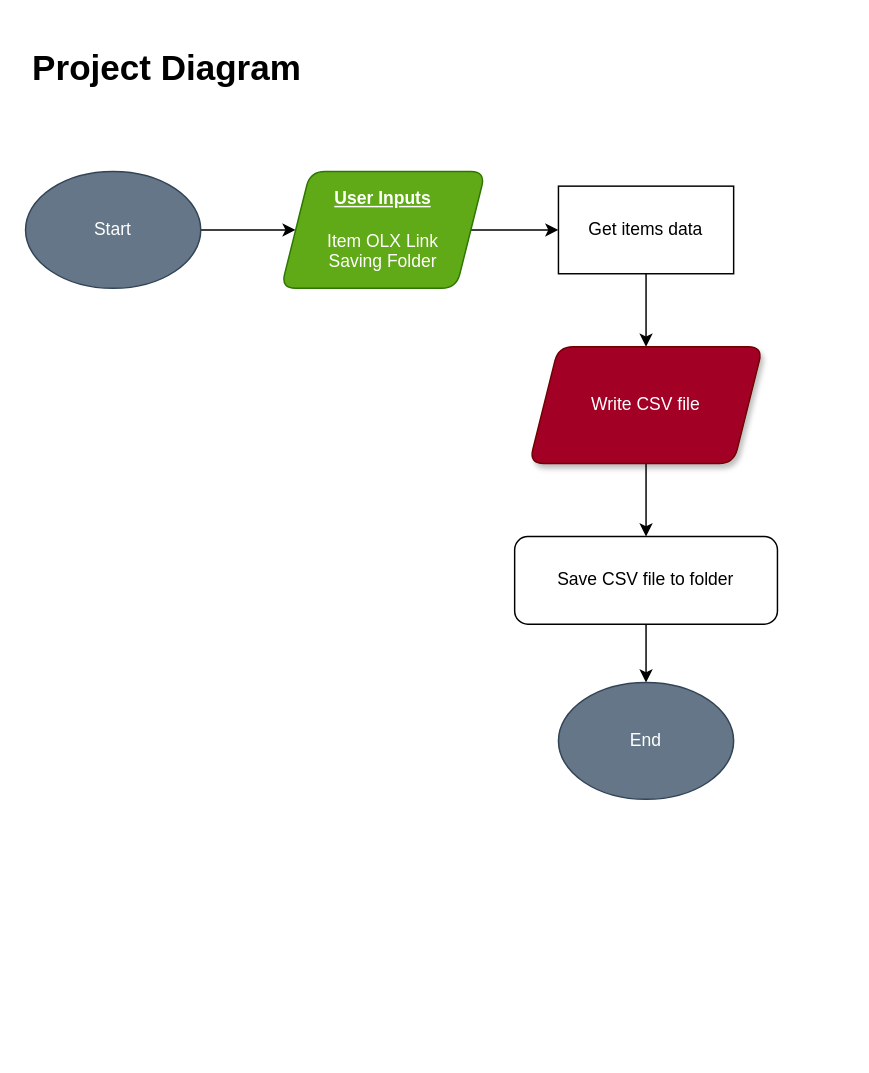
The draw.io diagram Project/diagram.drawio in mostafa-ehab22/CS50-Python, before the edit. Source tidied: cells renumbered, new cells numbered last; positions are measured from the earlier drawing's top-left corner, leaving out a move shared by most shapes. Both pictures are drawn from the tidied source at 146%, with x=0, y=0 at pixel (25, 39).
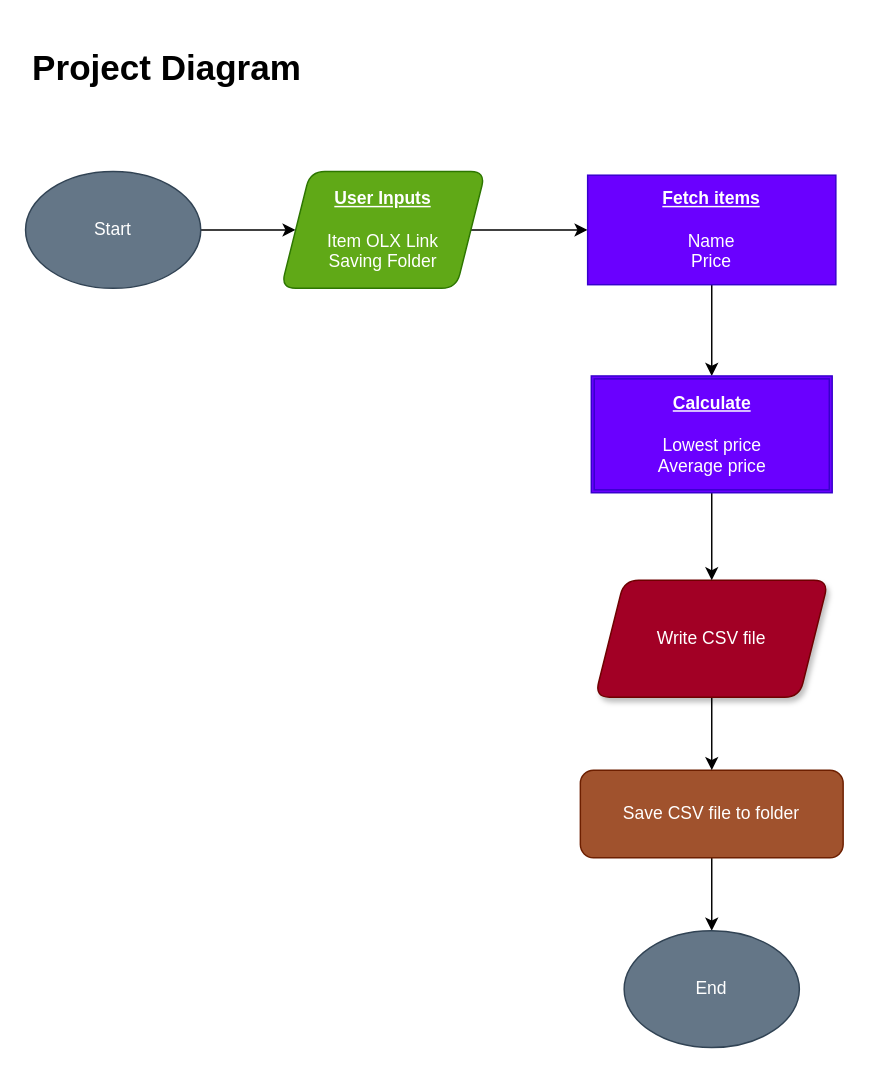
After the change.

Commit message (it also covers changes not shown here):
Project functionality complete

Change to the diagram source:
```diff
@@
 <mxGraphModel>
   <root>
     <mxCell id="0" />
     <mxCell id="1" parent="0" />
     <mxCell id="2" style="edgeStyle=none;html=1;exitX=1;exitY=0.5;exitDx=0;exitDy=0;" parent="1" edge="1" source="3" target="5">
       <mxGeometry relative="1" as="geometry" />
     </mxCell>
     <mxCell id="3" value="Start" style="ellipse;whiteSpace=wrap;html=1;rounded=1;fillColor=#647687;fontColor=#ffffff;strokeColor=#314354;" parent="1" vertex="1">
       <mxGeometry y="90" width="120" height="80" as="geometry" />
     </mxCell>
     <mxCell id="4" style="edgeStyle=none;html=1;exitX=1;exitY=0.5;exitDx=0;exitDy=0;entryX=0;entryY=0.5;entryDx=0;entryDy=0;" parent="1" edge="1" source="5" target="9">
       <mxGeometry relative="1" as="geometry" />
     </mxCell>
     <mxCell id="5" value="&lt;b&gt;&lt;u&gt;User Inputs&lt;br&gt;&lt;/u&gt;&lt;/b&gt;&lt;br&gt;Item OLX Link&lt;br&gt;Saving Folder" style="shape=parallelogram;perimeter=parallelogramPerimeter;whiteSpace=wrap;html=1;fixedSize=1;rounded=1;fillColor=#60a917;strokeColor=#2D7600;fontColor=#ffffff;" parent="1" vertex="1">
       <mxGeometry x="175" y="90" width="140" height="80" as="geometry" />
     </mxCell>
     <mxCell id="6" value="&lt;h1&gt;Project Diagram&lt;/h1&gt;" style="text;html=1;strokeColor=none;fillColor=none;spacing=5;spacingTop=-20;whiteSpace=wrap;overflow=hidden;rounded=0;" parent="1" vertex="1">
       <mxGeometry width="195" height="40" as="geometry" />
     </mxCell>
-    <mxCell id="7" style="edgeStyle=none;html=1;exitX=0.5;exitY=1;exitDx=0;exitDy=0;entryX=0.5;entryY=0;entryDx=0;entryDy=0;" parent="1" edge="1" target="11">
-      <mxGeometry relative="1" as="geometry">
-        <mxPoint x="425" y="270" as="sourcePoint" />
-      </mxGeometry>
-    </mxCell>
-    <mxCell id="8" style="edgeStyle=none;html=1;" parent="1" edge="1" source="9" target="13">
-      <mxGeometry relative="1" as="geometry" />
-    </mxCell>
+    <mxCell id="14" style="edgeStyle=none;html=1;exitX=0.5;exitY=1;exitDx=0;exitDy=0;entryX=0.5;entryY=0;entryDx=0;entryDy=0;" parent="1" edge="1" source="9" target="17">
+      <mxGeometry relative="1" as="geometry" />
+    </mxCell>
-    <mxCell id="9" value="Get items data" style="rounded=0;whiteSpace=wrap;html=1;" parent="1" vertex="1">
-      <mxGeometry x="365" y="100" width="120" height="60" as="geometry" />
+    <mxCell id="9" value="&lt;b&gt;&lt;u&gt;Fetch items &lt;br&gt;&lt;br&gt;&lt;/u&gt;&lt;/b&gt;Name&lt;br&gt;Price" style="rounded=0;whiteSpace=wrap;html=1;fillColor=#6a00ff;fontColor=#ffffff;strokeColor=#3700CC;" parent="1" vertex="1">
+      <mxGeometry x="385" y="92.5" width="170" height="75" as="geometry" />
     </mxCell>
     <mxCell id="10" style="edgeStyle=none;html=1;" parent="1" edge="1" source="11" target="12">
       <mxGeometry relative="1" as="geometry" />
     </mxCell>
-    <mxCell id="11" value="Save CSV file to folder" style="rounded=1;whiteSpace=wrap;html=1;" parent="1" vertex="1">
-      <mxGeometry x="335" y="340" width="180" height="60" as="geometry" />
+    <mxCell id="11" value="Save CSV file to folder" style="rounded=1;whiteSpace=wrap;html=1;fillColor=#a0522d;fontColor=#ffffff;strokeColor=#6D1F00;" parent="1" vertex="1">
+      <mxGeometry x="380" y="500" width="180" height="60" as="geometry" />
     </mxCell>
     <mxCell id="12" value="End" style="ellipse;whiteSpace=wrap;html=1;fillColor=#647687;fontColor=#ffffff;strokeColor=#314354;" parent="1" vertex="1">
-      <mxGeometry x="365" y="440" width="120" height="80" as="geometry" />
+      <mxGeometry x="410" y="610" width="120" height="80" as="geometry" />
     </mxCell>
+    <mxCell id="15" style="edgeStyle=none;html=1;exitX=0.5;exitY=1;exitDx=0;exitDy=0;entryX=0.5;entryY=0;entryDx=0;entryDy=0;" parent="1" edge="1" source="13" target="11">
+      <mxGeometry relative="1" as="geometry" />
+    </mxCell>
     <mxCell id="13" value="Write CSV file" style="shape=parallelogram;perimeter=parallelogramPerimeter;whiteSpace=wrap;html=1;fixedSize=1;rounded=1;shadow=1;fillColor=#a20025;fontColor=#ffffff;strokeColor=#6F0000;" parent="1" vertex="1">
-      <mxGeometry x="345" y="210" width="160" height="80" as="geometry" />
+      <mxGeometry x="390" y="370" width="160" height="80" as="geometry" />
     </mxCell>
+    <mxCell id="16" style="edgeStyle=none;html=1;exitX=0.5;exitY=1;exitDx=0;exitDy=0;entryX=0.5;entryY=0;entryDx=0;entryDy=0;" parent="1" edge="1" source="17" target="13">
+      <mxGeometry relative="1" as="geometry" />
+    </mxCell>
+    <mxCell id="17" value="&lt;b&gt;&lt;u&gt;Calculate&lt;/u&gt;&lt;/b&gt;&lt;br&gt;&lt;br&gt;Lowest price&lt;br&gt;Average price" style="shape=ext;double=1;rounded=0;whiteSpace=wrap;html=1;fillColor=#6a00ff;fontColor=#ffffff;strokeColor=#3700CC;" parent="1" vertex="1">
+      <mxGeometry x="387.5" y="230" width="165" height="80" as="geometry" />
+    </mxCell>
   </root>
 </mxGraphModel>
```
